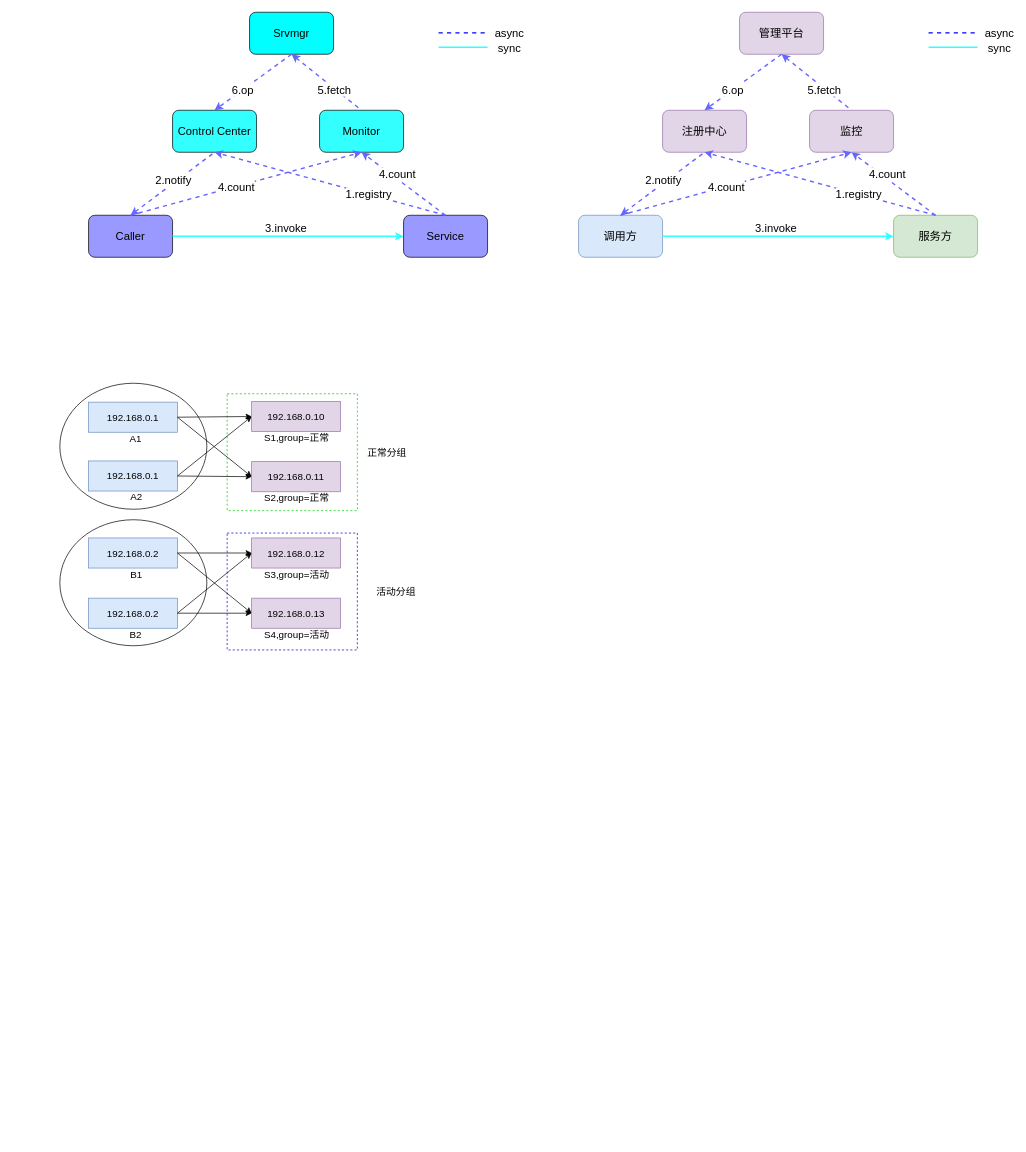
Before: zz/zzscf/zzscf.drawio in waterystone/draw_io, a draw.io diagram. Source tidied: cells renumbered, new cells numbered last; positions are measured from the earlier drawing's top-left corner, leaving out a move shared by most shapes. Both pictures are drawn from the tidied source at 70%, with x=0, y=0 at pixel (59, 12).
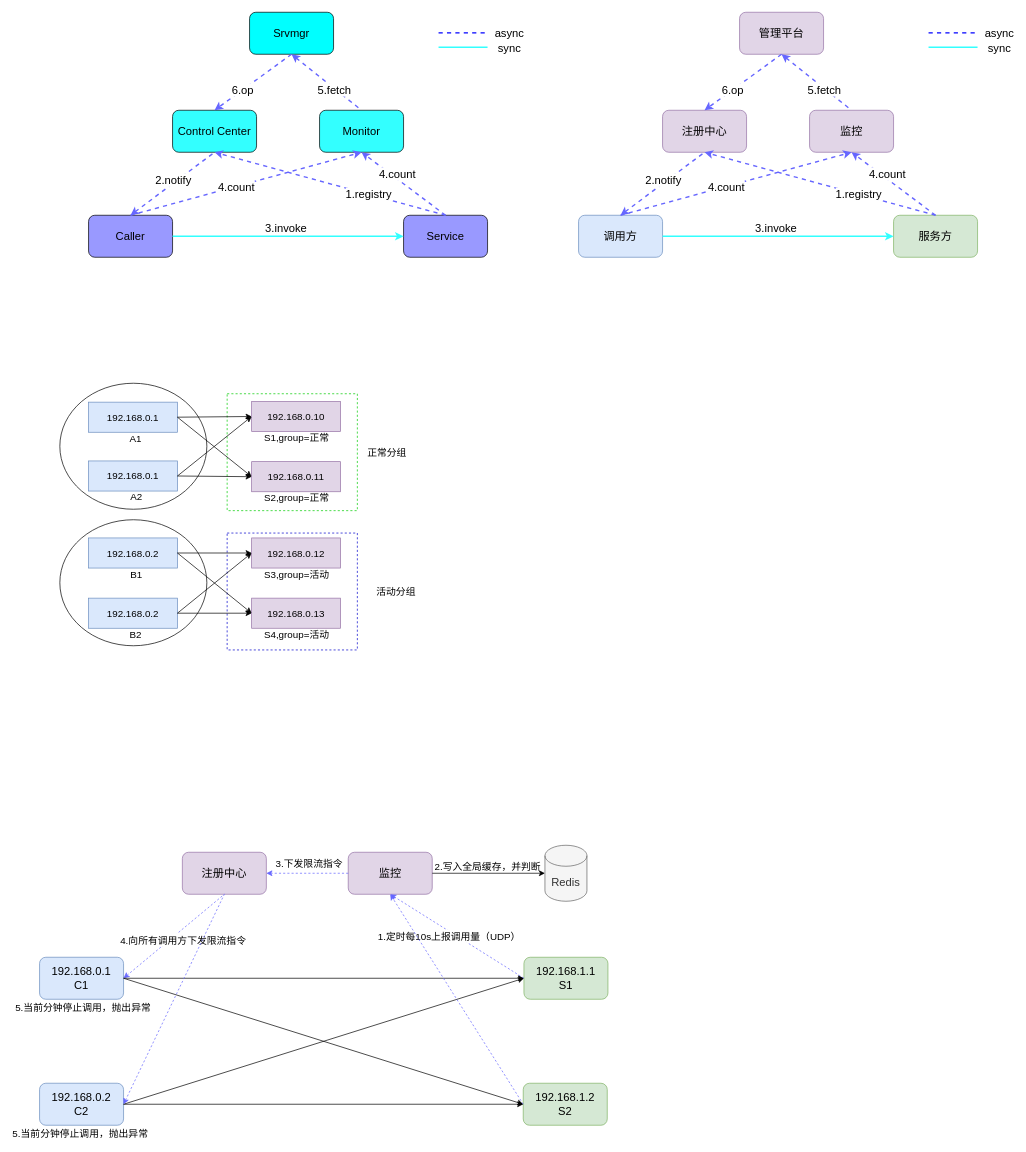
Above is the later version.

What changed in the source:
```diff
@@
+    <mxCell id="86" value="192.168.0.1&lt;br&gt;C1" style="rounded=1;whiteSpace=wrap;html=1;fillColor=#dae8fc;fontSize=16;strokeColor=#6c8ebf;" parent="1" vertex="1">
+      <mxGeometry x="-29" y="1350" width="120" height="60" as="geometry" />
+    </mxCell>
+    <mxCell id="87" value="192.168.1.1&lt;br&gt;S1" style="rounded=1;whiteSpace=wrap;html=1;fillColor=#d5e8d4;fontSize=16;strokeColor=#82b366;" parent="1" vertex="1">
+      <mxGeometry x="663" y="1350" width="120" height="60" as="geometry" />
+    </mxCell>
+    <mxCell id="88" value="注册中心" style="rounded=1;whiteSpace=wrap;html=1;fillColor=#e1d5e7;fontSize=16;strokeColor=#9673a6;" parent="1" vertex="1">
+      <mxGeometry x="175" y="1200" width="120" height="60" as="geometry" />
+    </mxCell>
+    <mxCell id="89" value="监控" style="rounded=1;whiteSpace=wrap;html=1;fillColor=#e1d5e7;fontSize=16;strokeColor=#9673a6;" parent="1" vertex="1">
+      <mxGeometry x="412" y="1200" width="120" height="60" as="geometry" />
+    </mxCell>
+    <mxCell id="90" style="endArrow=none;html=1;fontSize=16;entryX=0.5;entryY=1;entryDx=0;entryDy=0;exitX=1;exitY=0.5;exitDx=0;exitDy=0;dashed=1;strokeWidth=1;strokeColor=#6666FF;startArrow=classic;startFill=1;endFill=0;" parent="1" edge="1" source="86" target="88">
+      <mxGeometry relative="1" as="geometry" />
+    </mxCell>
+    <mxCell id="91" value="&lt;font style=&quot;font-size: 14px&quot;&gt;4.向所有调用方下发限流指令&lt;/font&gt;" style="text;html=1;align=center;verticalAlign=middle;labelBackgroundColor=#ffffff;fontSize=16;" parent="90" vertex="1">
+      <mxGeometry x="-0.65" y="3" relative="1" as="geometry">
+        <mxPoint x="61" y="-32" as="offset" />
+      </mxGeometry>
+    </mxCell>
+    <mxCell id="92" style="endArrow=classic;html=1;fontSize=16;entryX=0;entryY=0.5;entryDx=0;entryDy=0;exitX=1;exitY=0.5;exitDx=0;exitDy=0;strokeWidth=1;strokeColor=#000000;" parent="1" edge="1" source="86" target="87">
+      <mxGeometry relative="1" as="geometry" />
+    </mxCell>
+    <mxCell id="93" style="endArrow=classic;html=1;fontSize=16;entryX=0.5;entryY=1;entryDx=0;entryDy=0;exitX=0;exitY=0.5;exitDx=0;exitDy=0;dashed=1;strokeWidth=1;strokeColor=#6666FF;" parent="1" edge="1" source="87" target="89">
+      <mxGeometry relative="1" as="geometry" />
+    </mxCell>
+    <mxCell id="94" value="&lt;font style=&quot;font-size: 14px&quot;&gt;1.定时每10s上报调用量（UDP）&lt;/font&gt;" style="text;html=1;align=center;verticalAlign=middle;labelBackgroundColor=#ffffff;fontSize=16;" parent="93" vertex="1">
+      <mxGeometry x="0.07" y="-2" relative="1" as="geometry">
+        <mxPoint x="-6" y="6" as="offset" />
+      </mxGeometry>
+    </mxCell>
+    <mxCell id="95" value="192.168.0.2&lt;br&gt;C2" style="rounded=1;whiteSpace=wrap;html=1;fillColor=#dae8fc;fontSize=16;strokeColor=#6c8ebf;" parent="1" vertex="1">
+      <mxGeometry x="-29" y="1530" width="120" height="60" as="geometry" />
+    </mxCell>
+    <mxCell id="96" value="192.168.1.2&lt;br&gt;S2" style="rounded=1;whiteSpace=wrap;html=1;fillColor=#d5e8d4;fontSize=16;strokeColor=#82b366;" parent="1" vertex="1">
+      <mxGeometry x="662" y="1530" width="120" height="60" as="geometry" />
+    </mxCell>
+    <mxCell id="97" style="endArrow=classic;html=1;fontSize=16;entryX=0;entryY=0.5;entryDx=0;entryDy=0;exitX=1;exitY=0.5;exitDx=0;exitDy=0;strokeWidth=1;strokeColor=#000000;" parent="1" edge="1" source="86" target="96">
+      <mxGeometry relative="1" as="geometry" />
+    </mxCell>
+    <mxCell id="98" style="endArrow=classic;html=1;fontSize=16;entryX=0;entryY=0.5;entryDx=0;entryDy=0;exitX=1;exitY=0.5;exitDx=0;exitDy=0;strokeWidth=1;strokeColor=#000000;" parent="1" edge="1" source="95" target="87">
+      <mxGeometry relative="1" as="geometry" />
+    </mxCell>
+    <mxCell id="99" style="endArrow=classic;html=1;fontSize=16;entryX=0;entryY=0.5;entryDx=0;entryDy=0;exitX=1;exitY=0.5;exitDx=0;exitDy=0;strokeWidth=1;strokeColor=#000000;" parent="1" edge="1" source="95" target="96">
+      <mxGeometry relative="1" as="geometry" />
+    </mxCell>
+    <mxCell id="100" style="endArrow=classic;html=1;fontSize=16;exitX=0;exitY=0.5;exitDx=0;exitDy=0;dashed=1;strokeWidth=1;strokeColor=#6666FF;entryX=0.5;entryY=1;entryDx=0;entryDy=0;" parent="1" edge="1" source="96" target="89">
+      <mxGeometry relative="1" as="geometry" />
+    </mxCell>
+    <mxCell id="101" style="endArrow=none;html=1;fontSize=16;entryX=0.5;entryY=1;entryDx=0;entryDy=0;exitX=1;exitY=0.5;exitDx=0;exitDy=0;dashed=1;strokeWidth=1;strokeColor=#6666FF;startArrow=classic;startFill=1;endFill=0;" parent="1" edge="1" source="95" target="88">
+      <mxGeometry relative="1" as="geometry" />
+    </mxCell>
+    <mxCell id="102" style="endArrow=classic;html=1;fontSize=16;exitX=0;exitY=0.5;exitDx=0;exitDy=0;dashed=1;strokeWidth=1;strokeColor=#6666FF;entryX=1;entryY=0.5;entryDx=0;entryDy=0;" parent="1" edge="1" source="89" target="88">
+      <mxGeometry relative="1" as="geometry" />
+    </mxCell>
+    <mxCell id="103" value="&lt;font style=&quot;font-size: 14px&quot;&gt;3.下发限流指令&lt;/font&gt;" style="text;html=1;align=center;verticalAlign=middle;labelBackgroundColor=#ffffff;fontSize=16;" parent="102" vertex="1">
+      <mxGeometry x="0.07" y="-2" relative="1" as="geometry">
+        <mxPoint x="6" y="-13" as="offset" />
+      </mxGeometry>
+    </mxCell>
+    <mxCell id="104" value="&lt;font style=&quot;font-size: 16px&quot;&gt;Redis&lt;/font&gt;" style="shape=cylinder3;whiteSpace=wrap;html=1;boundedLbl=1;backgroundOutline=1;size=15;fillColor=#f5f5f5;strokeColor=#666666;fontColor=#333333;" parent="1" vertex="1">
+      <mxGeometry x="693" y="1190" width="60" height="80" as="geometry" />
+    </mxCell>
+    <mxCell id="105" style="endArrow=classic;html=1;fontSize=16;entryX=0;entryY=0.5;entryDx=0;entryDy=0;exitX=1;exitY=0.5;exitDx=0;exitDy=0;strokeWidth=1;strokeColor=#000000;entryPerimeter=0;" parent="1" edge="1" source="89" target="104">
+      <mxGeometry relative="1" as="geometry" />
+    </mxCell>
+    <mxCell id="106" value="&lt;font style=&quot;font-size: 14px&quot;&gt;2.写入全局缓存，并判断&lt;/font&gt;" style="text;html=1;align=center;verticalAlign=middle;strokeColor=none;fillColor=none;fontSize=16;" parent="1" vertex="1">
+      <mxGeometry x="526" y="1210" width="170" height="20" as="geometry" />
+    </mxCell>
+    <mxCell id="107" value="&lt;span style=&quot;font-size: 14px&quot;&gt;5.当前分钟停止调用，抛出异常&lt;/span&gt;" style="text;html=1;align=center;verticalAlign=middle;labelBackgroundColor=#ffffff;fontSize=16;" parent="1" vertex="1">
+      <mxGeometry x="32" y="1420" as="geometry" />
+    </mxCell>
+    <mxCell id="108" value="&lt;span style=&quot;font-size: 14px&quot;&gt;5.当前分钟停止调用，抛出异常&lt;/span&gt;" style="text;html=1;align=center;verticalAlign=middle;labelBackgroundColor=#ffffff;fontSize=16;" parent="1" vertex="1">
+      <mxGeometry x="28" y="1600" as="geometry" />
+    </mxCell>
```
